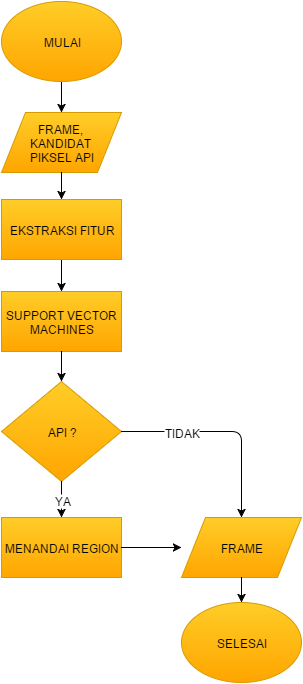
Before: source/varifikasi.png, a diagram exported from draw.io (hamdimuzakkiy/bukuTA). Source tidied: cells renumbered, new cells last; positions are measured from the earlier drawing's top-left corner, leaving out a move shared by most shapes. Source of this version:
```xml
<mxGraphModel background="#ffffff">
  <root>
    <mxCell id="0" />
    <mxCell id="1" parent="0" />
    <mxCell id="2" style="edgeStyle=orthogonalEdgeStyle;rounded=0;html=1;jettySize=auto;" parent="1" edge="1" source="3" target="4">
      <mxGeometry x="440" y="140" as="geometry" />
    </mxCell>
    <mxCell id="3" value="MULAI" style="ellipse;whiteSpace=wrap;html=1;plain-orange;" parent="1" vertex="1">
      <mxGeometry width="120" height="80" as="geometry" />
    </mxCell>
    <mxCell id="4" value="FRAME,&amp;nbsp;&lt;div&gt;KANDIDAT&amp;nbsp;&lt;/div&gt;&lt;div&gt;PIKSEL API&lt;/div&gt;" style="shape=parallelogram;whiteSpace=wrap;html=1;plain-orange;" parent="1" vertex="1">
      <mxGeometry y="111" width="120" height="60" as="geometry" />
    </mxCell>
    <mxCell id="5" style="edgeStyle=orthogonalEdgeStyle;rounded=0;html=1;jettySize=auto;" parent="1" edge="1" source="6" target="7">
      <mxGeometry relative="1" as="geometry" />
    </mxCell>
    <mxCell id="6" value="EKSTRAKSI FITUR" style="whiteSpace=wrap;html=1;plain-orange;" parent="1" vertex="1">
      <mxGeometry y="198" width="120" height="60" as="geometry" />
    </mxCell>
    <mxCell id="7" value="SUPPORT VECTOR MACHINES" style="whiteSpace=wrap;html=1;plain-orange;" parent="1" vertex="1">
      <mxGeometry y="290" width="120" height="60" as="geometry" />
    </mxCell>
    <mxCell id="8" style="edgeStyle=orthogonalEdgeStyle;rounded=0;html=1;jettySize=auto;entryX=0.5;entryY=0;" parent="1" edge="1" source="4" target="6">
      <mxGeometry x="440" y="231" as="geometry" />
    </mxCell>
    <mxCell id="9" value="API ?" style="rhombus;whiteSpace=wrap;html=1;plain-orange;" parent="1" vertex="1">
      <mxGeometry y="380" width="120" height="100" as="geometry" />
    </mxCell>
    <mxCell id="10" style="endArrow=classic;html=1;exitX=0.5;exitY=1;entryX=0.5;entryY=0;" parent="1" edge="1" source="7" target="9">
      <mxGeometry relative="1" as="geometry" />
    </mxCell>
    <mxCell id="11" value="MENANDAI REGION" style="whiteSpace=wrap;html=1;plain-orange;" parent="1" vertex="1">
      <mxGeometry y="516" width="120" height="60" as="geometry" />
    </mxCell>
    <mxCell id="12" style="endArrow=classic;html=1;exitX=0.5;exitY=1;entryX=0.5;entryY=0;" parent="1" edge="1" source="9" target="11">
      <mxGeometry x="450" y="420" as="geometry" />
    </mxCell>
    <mxCell id="13" value="YA" style="text;html=1;align=center;verticalAlign=middle;labelBackgroundColor=#ffffff;" parent="12" vertex="1">
      <mxGeometry relative="1" as="geometry" />
    </mxCell>
    <mxCell id="14" value="FRAME" style="shape=parallelogram;whiteSpace=wrap;html=1;plain-orange;" parent="1" vertex="1">
      <mxGeometry x="180" y="516" width="120" height="60" as="geometry" />
    </mxCell>
    <mxCell id="15" style="endArrow=classic;html=1;exitX=1;exitY=0.5;entryX=0.5;entryY=0;" parent="1" edge="1" source="9" target="14">
      <mxGeometry x="460" y="430" as="geometry">
        <Array as="points">
          <mxPoint x="240" y="430" />
        </Array>
      </mxGeometry>
    </mxCell>
    <mxCell id="16" value="TIDAK" style="text;html=1;align=center;verticalAlign=middle;labelBackgroundColor=#ffffff;" parent="15" vertex="1">
      <mxGeometry relative="1" as="geometry">
        <mxPoint x="-43" as="offset" />
      </mxGeometry>
    </mxCell>
    <mxCell id="17" style="endArrow=classic;html=1;entryX=0;entryY=0.5;exitX=1;exitY=0.5;" parent="1" edge="1" source="11" target="14">
      <mxGeometry relative="1" as="geometry" />
    </mxCell>
    <mxCell id="18" value="SELESAI" style="ellipse;whiteSpace=wrap;html=1;plain-orange;" parent="1" vertex="1">
      <mxGeometry x="180" y="601" width="120" height="80" as="geometry" />
    </mxCell>
    <mxCell id="19" style="endArrow=classic;html=1;exitX=0.5;exitY=1;entryX=0.5;entryY=0;" parent="1" edge="1" source="14" target="18">
      <mxGeometry relative="1" as="geometry" />
    </mxCell>
  </root>
</mxGraphModel>
```
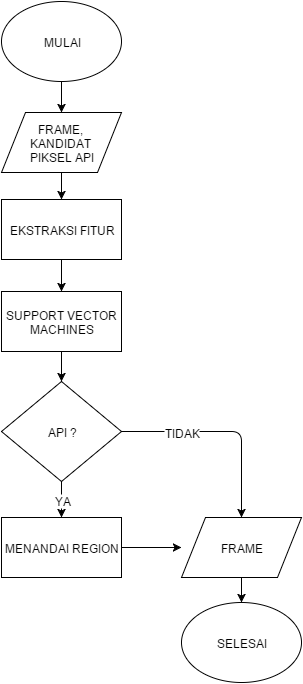
After the change.

What changed in the source:
```diff
@@ -2,46 +2,46 @@
   <root>
     <mxCell id="0" />
     <mxCell id="1" parent="0" />
-    <mxCell id="2" style="edgeStyle=orthogonalEdgeStyle;rounded=0;html=1;jettySize=auto;" parent="1" edge="1" source="3" target="4">
+    <mxCell id="2" style="edgeStyle=orthogonalEdgeStyle;rounded=0;html=1;jettySize=auto;fillColor=#ffffff;strokeColor=#000000;" parent="1" edge="1" source="3" target="4">
       <mxGeometry x="440" y="140" as="geometry" />
     </mxCell>
-    <mxCell id="3" value="MULAI" style="ellipse;whiteSpace=wrap;html=1;plain-orange;" parent="1" vertex="1">
+    <mxCell id="3" value="MULAI" style="ellipse;whiteSpace=wrap;html=1;fillColor=#ffffff;strokeColor=#000000;" parent="1" vertex="1">
       <mxGeometry width="120" height="80" as="geometry" />
     </mxCell>
-    <mxCell id="4" value="FRAME,&amp;nbsp;&lt;div&gt;KANDIDAT&amp;nbsp;&lt;/div&gt;&lt;div&gt;PIKSEL API&lt;/div&gt;" style="shape=parallelogram;whiteSpace=wrap;html=1;plain-orange;" parent="1" vertex="1">
+    <mxCell id="4" value="FRAME,&amp;nbsp;&lt;div&gt;KANDIDAT&amp;nbsp;&lt;/div&gt;&lt;div&gt;PIKSEL API&lt;/div&gt;" style="shape=parallelogram;whiteSpace=wrap;html=1;fillColor=#ffffff;strokeColor=#000000;" parent="1" vertex="1">
       <mxGeometry y="111" width="120" height="60" as="geometry" />
     </mxCell>
-    <mxCell id="5" style="edgeStyle=orthogonalEdgeStyle;rounded=0;html=1;jettySize=auto;" parent="1" edge="1" source="6" target="7">
-      <mxGeometry relative="1" as="geometry" />
-    </mxCell>
-    <mxCell id="6" value="EKSTRAKSI FITUR" style="whiteSpace=wrap;html=1;plain-orange;" parent="1" vertex="1">
+    <mxCell id="6" value="EKSTRAKSI FITUR" style="whiteSpace=wrap;html=1;fillColor=#ffffff;strokeColor=#000000;" parent="1" vertex="1">
       <mxGeometry y="198" width="120" height="60" as="geometry" />
     </mxCell>
-    <mxCell id="7" value="SUPPORT VECTOR MACHINES" style="whiteSpace=wrap;html=1;plain-orange;" parent="1" vertex="1">
+    <mxCell id="7" value="SUPPORT VECTOR MACHINES" style="whiteSpace=wrap;html=1;fillColor=#ffffff;strokeColor=#000000;" parent="1" vertex="1">
       <mxGeometry y="290" width="120" height="60" as="geometry" />
     </mxCell>
-    <mxCell id="8" style="edgeStyle=orthogonalEdgeStyle;rounded=0;html=1;jettySize=auto;entryX=0.5;entryY=0;" parent="1" edge="1" source="4" target="6">
+    <mxCell id="8" style="edgeStyle=orthogonalEdgeStyle;rounded=0;html=1;jettySize=auto;entryX=0.5;entryY=0;fillColor=#ffffff;strokeColor=#000000;" parent="1" edge="1" source="4" target="6">
       <mxGeometry x="440" y="231" as="geometry" />
     </mxCell>
+    <mxCell id="5" style="edgeStyle=orthogonalEdgeStyle;rounded=0;html=1;jettySize=auto;fillColor=#ffffff;strokeColor=#000000;" parent="1" edge="1" source="6" target="7">
+      <mxGeometry relative="1" as="geometry" />
+    </mxCell>
-    <mxCell id="9" value="API ?" style="rhombus;whiteSpace=wrap;html=1;plain-orange;" parent="1" vertex="1">
+    <mxCell id="9" value="API ?" style="rhombus;whiteSpace=wrap;html=1;fillColor=#ffffff;strokeColor=#000000;" parent="1" vertex="1">
       <mxGeometry y="380" width="120" height="100" as="geometry" />
     </mxCell>
-    <mxCell id="10" style="endArrow=classic;html=1;exitX=0.5;exitY=1;entryX=0.5;entryY=0;" parent="1" edge="1" source="7" target="9">
+    <mxCell id="10" style="endArrow=classic;html=1;exitX=0.5;exitY=1;entryX=0.5;entryY=0;fillColor=#ffffff;strokeColor=#000000;" parent="1" edge="1" source="7" target="9">
       <mxGeometry relative="1" as="geometry" />
     </mxCell>
-    <mxCell id="11" value="MENANDAI REGION" style="whiteSpace=wrap;html=1;plain-orange;" parent="1" vertex="1">
+    <mxCell id="11" value="MENANDAI REGION" style="whiteSpace=wrap;html=1;fillColor=#ffffff;strokeColor=#000000;" parent="1" vertex="1">
       <mxGeometry y="516" width="120" height="60" as="geometry" />
     </mxCell>
-    <mxCell id="12" style="endArrow=classic;html=1;exitX=0.5;exitY=1;entryX=0.5;entryY=0;" parent="1" edge="1" source="9" target="11">
+    <mxCell id="12" style="endArrow=classic;html=1;exitX=0.5;exitY=1;entryX=0.5;entryY=0;fillColor=#ffffff;strokeColor=#000000;" parent="1" edge="1" source="9" target="11">
       <mxGeometry x="450" y="420" as="geometry" />
     </mxCell>
     <mxCell id="13" value="YA" style="text;html=1;align=center;verticalAlign=middle;labelBackgroundColor=#ffffff;" parent="12" vertex="1">
       <mxGeometry relative="1" as="geometry" />
     </mxCell>
-    <mxCell id="14" value="FRAME" style="shape=parallelogram;whiteSpace=wrap;html=1;plain-orange;" parent="1" vertex="1">
+    <mxCell id="14" value="FRAME" style="shape=parallelogram;whiteSpace=wrap;html=1;fillColor=#ffffff;strokeColor=#000000;" parent="1" vertex="1">
       <mxGeometry x="180" y="516" width="120" height="60" as="geometry" />
     </mxCell>
-    <mxCell id="15" style="endArrow=classic;html=1;exitX=1;exitY=0.5;entryX=0.5;entryY=0;" parent="1" edge="1" source="9" target="14">
+    <mxCell id="15" style="endArrow=classic;html=1;exitX=1;exitY=0.5;entryX=0.5;entryY=0;fillColor=#ffffff;strokeColor=#000000;" parent="1" edge="1" source="9" target="14">
       <mxGeometry x="460" y="430" as="geometry">
         <Array as="points">
           <mxPoint x="240" y="430" />
@@ -53,13 +53,13 @@
         <mxPoint x="-43" as="offset" />
       </mxGeometry>
     </mxCell>
-    <mxCell id="17" style="endArrow=classic;html=1;entryX=0;entryY=0.5;exitX=1;exitY=0.5;" parent="1" edge="1" source="11" target="14">
+    <mxCell id="17" style="endArrow=classic;html=1;entryX=0;entryY=0.5;exitX=1;exitY=0.5;fillColor=#ffffff;strokeColor=#000000;" parent="1" edge="1" source="11" target="14">
       <mxGeometry relative="1" as="geometry" />
     </mxCell>
-    <mxCell id="18" value="SELESAI" style="ellipse;whiteSpace=wrap;html=1;plain-orange;" parent="1" vertex="1">
+    <mxCell id="18" value="SELESAI" style="ellipse;whiteSpace=wrap;html=1;fillColor=#ffffff;strokeColor=#000000;" parent="1" vertex="1">
       <mxGeometry x="180" y="601" width="120" height="80" as="geometry" />
     </mxCell>
-    <mxCell id="19" style="endArrow=classic;html=1;exitX=0.5;exitY=1;entryX=0.5;entryY=0;" parent="1" edge="1" source="14" target="18">
+    <mxCell id="19" style="endArrow=classic;html=1;exitX=0.5;exitY=1;entryX=0.5;entryY=0;fillColor=#ffffff;strokeColor=#000000;" parent="1" edge="1" source="14" target="18">
       <mxGeometry relative="1" as="geometry" />
     </mxCell>
   </root>
```
